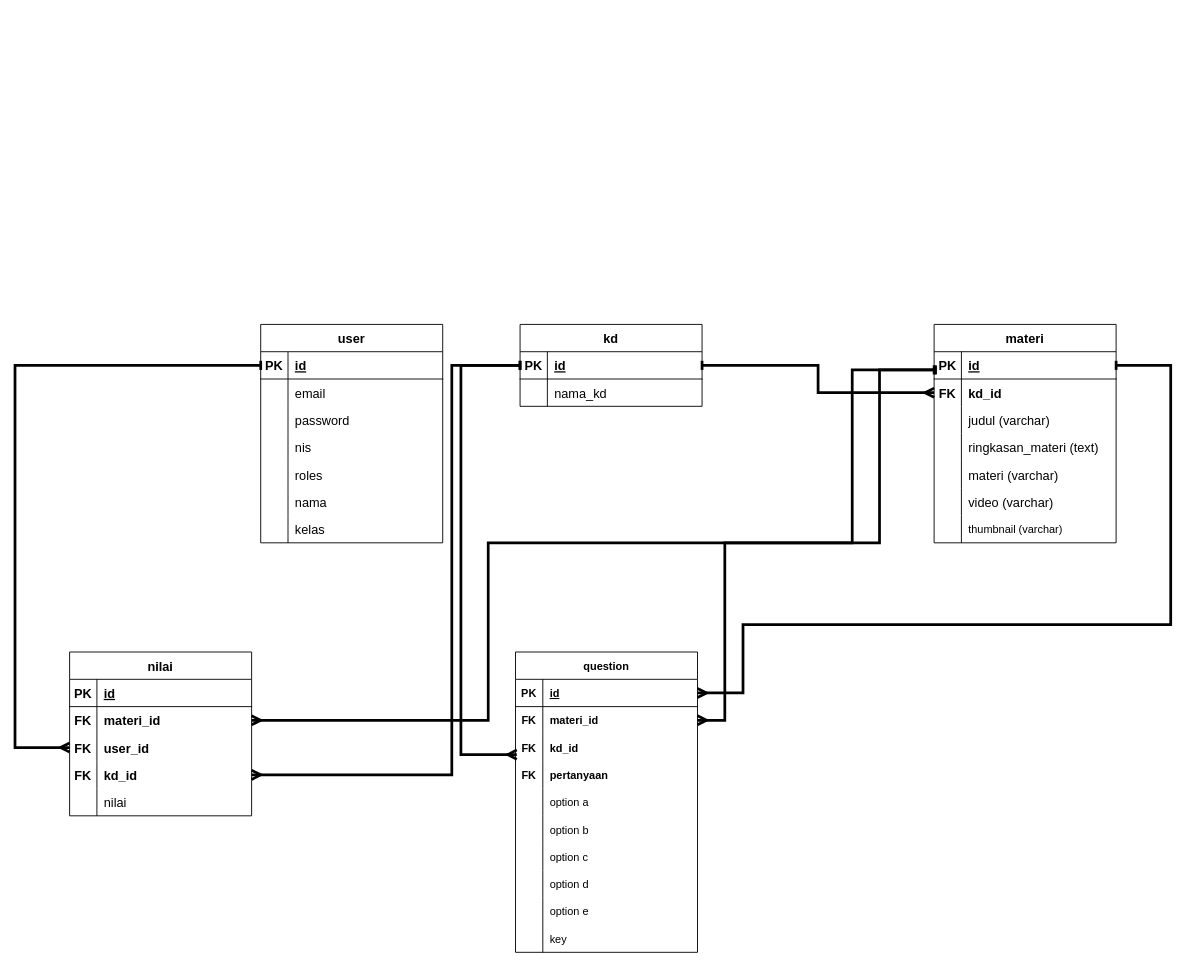
The draw.io diagram Untitled Diagram.drawio in muhaziz28/Muhaziz28, before the edit. Source tidied: cells renumbered, new cells numbered last; positions are measured from the earlier drawing's top-left corner, leaving out a move shared by most shapes. Both pictures are drawn from the tidied source at 91%, with x=0, y=0 at pixel (15, 324).
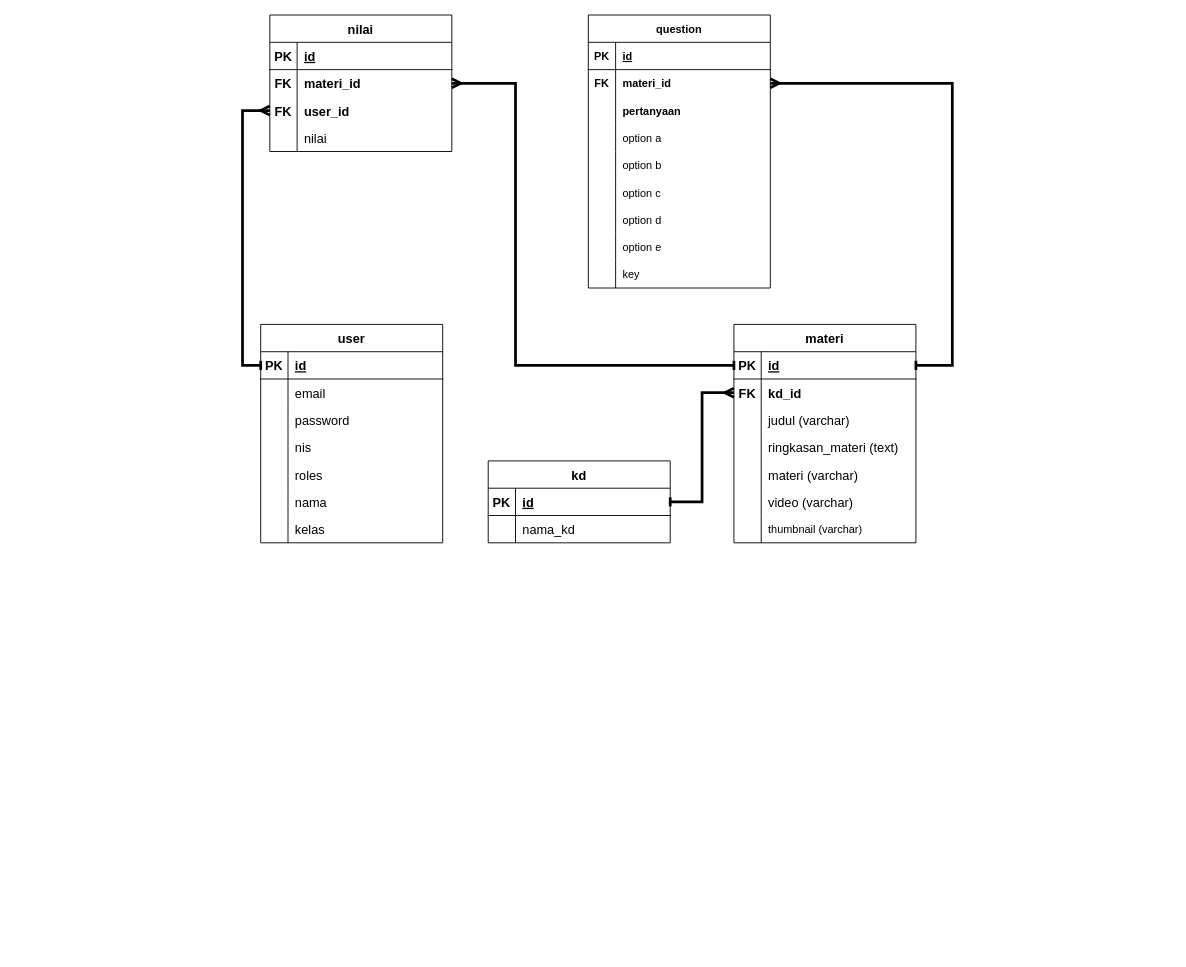
Above is the later version.

Unchanged cells that the change refers to:
```xml
<mxCell id="3" style="shape=partialRectangle;fillColor=none;top=0;left=0;bottom=1;right=0;points=[[0,0.5],[1,0.5]];portConstraint=eastwest;fontSize=14;" parent="2" vertex="1">
  <mxGeometry y="30" width="200" height="30" as="geometry" />
</mxCell>
<mxCell id="25" style="shape=partialRectangle;fillColor=none;top=0;left=0;bottom=1;right=0;points=[[0,0.5],[1,0.5]];portConstraint=eastwest;fontSize=14;" parent="24" vertex="1">
  <mxGeometry y="30" width="200" height="30" as="geometry" />
</mxCell>
<mxCell id="32" style="shape=partialRectangle;fillColor=none;top=0;left=0;bottom=1;right=0;points=[[0,0.5],[1,0.5]];portConstraint=eastwest;fontSize=14;" parent="31" vertex="1">
  <mxGeometry y="30" width="200" height="30" as="geometry" />
</mxCell>
<mxCell id="57" style="shape=partialRectangle;fillColor=none;top=0;left=0;bottom=0;right=0;points=[[0,0.5],[1,0.5]];portConstraint=eastwest;fontSize=14;" parent="53" vertex="1">
  <mxGeometry y="60" width="200" height="30" as="geometry" />
</mxCell>
<mxCell id="60" style="shape=partialRectangle;fillColor=none;top=0;left=0;bottom=0;right=0;points=[[0,0.5],[1,0.5]];portConstraint=eastwest;fontSize=14;" parent="53" vertex="1">
  <mxGeometry y="90" width="200" height="30" as="geometry" />
</mxCell>
<mxCell id="70" style="shape=tableRow;horizontal=0;startSize=0;swimlaneHead=0;swimlaneBody=0;fillColor=none;points=[[0,0.5],[1,0.5]];portConstraint=eastwest;top=0;left=0;right=0;bottom=1;" parent="69" vertex="1">
  <mxGeometry y="30" width="200" height="30" as="geometry" />
</mxCell>
<mxCell id="73" style="shape=tableRow;horizontal=0;startSize=0;swimlaneHead=0;swimlaneBody=0;fillColor=none;points=[[0,0.5],[1,0.5]];portConstraint=eastwest;top=0;left=0;right=0;bottom=0;" parent="69" vertex="1">
  <mxGeometry y="60" width="200" height="30" as="geometry" />
</mxCell>
```

Change to the diagram source:
```diff
@@
     <mxCell id="24" value="kd" style="shape=table;startSize=30;childLayout=tableLayout;rowLines=0;fontStyle=1;align=center;fontSize=14;" parent="1" vertex="1">
-      <mxGeometry x="555" width="200" height="90" as="geometry" />
+      <mxGeometry x="520" y="150" width="200" height="90" as="geometry" />
     </mxCell>
@@
     <mxCell id="31" value="materi" style="shape=table;startSize=30;childLayout=tableLayout;rowLines=0;fontStyle=1;align=center;fontSize=14;" parent="1" vertex="1">
-      <mxGeometry x="1010" width="200" height="240" as="geometry" />
+      <mxGeometry x="790" width="200" height="240" as="geometry" />
     </mxCell>
@@
     <mxCell id="53" value="nilai" style="shape=table;startSize=30;childLayout=tableLayout;rowLines=0;fontStyle=1;align=center;fontSize=14;" parent="1" vertex="1">
-      <mxGeometry x="60" y="360" width="200" height="180" as="geometry" />
+      <mxGeometry x="280" y="-340" width="200" height="150" as="geometry" />
     </mxCell>
@@
-    <mxCell id="63" style="shape=partialRectangle;fillColor=none;top=0;left=0;bottom=0;right=0;points=[[0,0.5],[1,0.5]];portConstraint=eastwest;fontSize=14;" parent="53" vertex="1">
-      <mxGeometry y="120" width="200" height="30" as="geometry" />
-    </mxCell>
-    <mxCell id="64" value="FK" style="shape=partialRectangle;fillColor=none;top=0;left=0;bottom=0;right=0;overflow=hidden;fontStyle=1;fontSize=14;" parent="63" vertex="1">
-      <mxGeometry width="30" height="30" as="geometry" />
-    </mxCell>
-    <mxCell id="65" value="kd_id" style="shape=partialRectangle;fillColor=none;top=0;left=0;bottom=0;right=0;align=left;spacingLeft=6;overflow=hidden;fontStyle=1;fontSize=14;" parent="63" vertex="1">
-      <mxGeometry x="30" width="170" height="30" as="geometry" />
-    </mxCell>
     <mxCell id="66" style="shape=partialRectangle;fillColor=none;top=0;left=0;bottom=0;right=0;fontSize=14;" parent="53" vertex="1">
-      <mxGeometry y="150" width="200" height="30" as="geometry" />
+      <mxGeometry y="120" width="200" height="30" as="geometry" />
     </mxCell>
@@
     <mxCell id="69" value="question" style="shape=table;startSize=30;childLayout=tableLayout;rowLines=0;fontStyle=1;align=center;" parent="1" vertex="1">
-      <mxGeometry x="550" y="360" width="200" height="330" as="geometry" />
+      <mxGeometry x="630" y="-340" width="200" height="300" as="geometry" />
     </mxCell>
@@
-    <mxCell id="76" style="shape=tableRow;horizontal=0;startSize=0;swimlaneHead=0;swimlaneBody=0;fillColor=none;points=[[0,0.5],[1,0.5]];portConstraint=eastwest;top=0;left=0;right=0;bottom=0;fontStyle=1;" parent="69" vertex="1">
-      <mxGeometry y="90" width="200" height="30" as="geometry" />
-    </mxCell>
-    <mxCell id="77" value="FK" style="shape=partialRectangle;fillColor=none;top=0;left=0;bottom=0;right=0;overflow=hidden;fontStyle=1;" parent="76" vertex="1">
-      <mxGeometry width="30" height="30" as="geometry" />
-    </mxCell>
-    <mxCell id="78" value="kd_id" style="shape=partialRectangle;fillColor=none;top=0;left=0;bottom=0;right=0;align=left;spacingLeft=6;overflow=hidden;fontStyle=1;" parent="76" vertex="1">
-      <mxGeometry x="30" width="170" height="30" as="geometry" />
-    </mxCell>
     <mxCell id="79" style="shape=tableRow;horizontal=0;startSize=0;swimlaneHead=0;swimlaneBody=0;fillColor=none;top=0;left=0;right=0;bottom=0;fontStyle=0;" parent="69" vertex="1">
-      <mxGeometry y="120" width="200" height="30" as="geometry" />
+      <mxGeometry y="90" width="200" height="30" as="geometry" />
     </mxCell>
-    <mxCell id="80" value="FK" style="shape=partialRectangle;fillColor=none;top=0;left=0;bottom=0;right=0;fontStyle=1;overflow=hidden;" parent="79" vertex="1">
+    <mxCell id="80" style="shape=partialRectangle;fillColor=none;top=0;left=0;bottom=0;right=0;fontStyle=1;overflow=hidden;" parent="79" vertex="1">
       <mxGeometry width="30" height="30" as="geometry" />
     </mxCell>
@@
     <mxCell id="82" style="shape=tableRow;horizontal=0;startSize=0;swimlaneHead=0;swimlaneBody=0;fillColor=none;top=0;left=0;right=0;bottom=0;" parent="69" vertex="1">
-      <mxGeometry y="150" width="200" height="30" as="geometry" />
+      <mxGeometry y="120" width="200" height="30" as="geometry" />
     </mxCell>
@@
     <mxCell id="85" style="shape=tableRow;horizontal=0;startSize=0;swimlaneHead=0;swimlaneBody=0;fillColor=none;top=0;left=0;right=0;bottom=0;" parent="69" vertex="1">
-      <mxGeometry y="180" width="200" height="30" as="geometry" />
+      <mxGeometry y="150" width="200" height="30" as="geometry" />
     </mxCell>
@@
     <mxCell id="88" style="shape=tableRow;horizontal=0;startSize=0;swimlaneHead=0;swimlaneBody=0;fillColor=none;top=0;left=0;right=0;bottom=0;" parent="69" vertex="1">
-      <mxGeometry y="210" width="200" height="30" as="geometry" />
+      <mxGeometry y="180" width="200" height="30" as="geometry" />
     </mxCell>
@@
     <mxCell id="91" style="shape=tableRow;horizontal=0;startSize=0;swimlaneHead=0;swimlaneBody=0;fillColor=none;top=0;left=0;right=0;bottom=0;" parent="69" vertex="1">
-      <mxGeometry y="240" width="200" height="30" as="geometry" />
+      <mxGeometry y="210" width="200" height="30" as="geometry" />
     </mxCell>
@@
     <mxCell id="94" style="shape=tableRow;horizontal=0;startSize=0;swimlaneHead=0;swimlaneBody=0;fillColor=none;top=0;left=0;right=0;bottom=0;" parent="69" vertex="1">
-      <mxGeometry y="270" width="200" height="30" as="geometry" />
+      <mxGeometry y="240" width="200" height="30" as="geometry" />
     </mxCell>
@@
     <mxCell id="97" style="shape=tableRow;horizontal=0;startSize=0;swimlaneHead=0;swimlaneBody=0;fillColor=none;top=0;left=0;right=0;bottom=0;" parent="69" vertex="1">
-      <mxGeometry y="300" width="200" height="30" as="geometry" />
+      <mxGeometry y="270" width="200" height="30" as="geometry" />
     </mxCell>
@@
-    <mxCell id="101" style="edgeStyle=orthogonalEdgeStyle;fontSize=12;html=1;endArrow=ERmany;startArrow=baseDash;rounded=0;strokeWidth=3;endFill=0;startFill=0;exitX=1;exitY=0.5;exitDx=0;exitDy=0;entryX=1;entryY=0.5;entryDx=0;entryDy=0;" parent="1" edge="1" source="32" target="70">
+    <mxCell id="101" style="edgeStyle=orthogonalEdgeStyle;fontSize=12;html=1;endArrow=ERmany;startArrow=baseDash;rounded=0;strokeWidth=3;endFill=0;startFill=0;exitX=1;exitY=0.5;exitDx=0;exitDy=0;entryX=1;entryY=0.5;entryDx=0;entryDy=0;" parent="1" edge="1" source="32" target="73">
       <mxGeometry relative="1" as="geometry">
         <Array as="points">
-          <mxPoint x="1270" y="45" />
-          <mxPoint x="1270" y="330" />
-          <mxPoint x="800" y="330" />
-          <mxPoint x="800" y="405" />
+          <mxPoint x="1030" y="45" />
+          <mxPoint x="1030" y="-265" />
         </Array>
       </mxGeometry>
     </mxCell>
-    <mxCell id="102" style="edgeStyle=orthogonalEdgeStyle;fontSize=12;html=1;endArrow=ERmany;startArrow=baseDash;rounded=0;strokeWidth=3;endFill=0;startFill=0;exitX=0.008;exitY=0.667;exitDx=0;exitDy=0;exitPerimeter=0;entryX=1;entryY=0.5;entryDx=0;entryDy=0;" parent="1" edge="1" source="32" target="73">
-      <mxGeometry relative="1" as="geometry">
-        <Array as="points">
-          <mxPoint x="920" y="50" />
-          <mxPoint x="920" y="240" />
-          <mxPoint x="780" y="240" />
-          <mxPoint x="780" y="435" />
-        </Array>
-      </mxGeometry>
-    </mxCell>
     <mxCell id="103" style="edgeStyle=orthogonalEdgeStyle;fontSize=12;html=1;endArrow=ERmany;startArrow=baseDash;rounded=0;strokeWidth=3;endFill=0;startFill=0;exitX=0;exitY=0.5;exitDx=0;exitDy=0;entryX=0;entryY=0.5;entryDx=0;entryDy=0;" parent="1" edge="1" source="3" target="60">
       <mxGeometry relative="1" as="geometry">
         <Array as="points">
-          <mxPoint y="45" />
-          <mxPoint y="465" />
+          <mxPoint x="250" y="45" />
+          <mxPoint x="250" y="-235" />
         </Array>
       </mxGeometry>
     </mxCell>
-    <mxCell id="104" style="edgeStyle=orthogonalEdgeStyle;fontSize=12;html=1;endArrow=ERmany;startArrow=baseDash;rounded=0;strokeWidth=3;endFill=0;startFill=0;entryX=1;entryY=0.5;entryDx=0;entryDy=0;" parent="1" edge="1" target="57">
+    <mxCell id="104" style="edgeStyle=orthogonalEdgeStyle;fontSize=12;html=1;endArrow=ERmany;startArrow=baseDash;rounded=0;strokeWidth=3;endFill=0;startFill=0;entryX=1;entryY=0.5;entryDx=0;entryDy=0;exitX=0;exitY=0.5;exitDx=0;exitDy=0;" parent="1" edge="1" source="32" target="57">
       <mxGeometry relative="1" as="geometry">
-        <mxPoint x="1010" y="50" as="sourcePoint" />
         <Array as="points">
-          <mxPoint x="950" y="50" />
-          <mxPoint x="950" y="240" />
-          <mxPoint x="520" y="240" />
-          <mxPoint x="520" y="435" />
+          <mxPoint x="550" y="45" />
+          <mxPoint x="550" y="-265" />
         </Array>
       </mxGeometry>
     </mxCell>
-    <mxCell id="105" style="edgeStyle=orthogonalEdgeStyle;fontSize=12;html=1;endArrow=ERmany;startArrow=baseDash;rounded=0;strokeWidth=3;endFill=0;startFill=0;entryX=1;entryY=0.5;entryDx=0;entryDy=0;exitX=0;exitY=0.5;exitDx=0;exitDy=0;" parent="1" edge="1" source="25" target="63">
-      <mxGeometry relative="1" as="geometry">
-        <Array as="points">
-          <mxPoint x="480" y="45" />
-          <mxPoint x="480" y="495" />
-        </Array>
-      </mxGeometry>
-    </mxCell>
-    <mxCell id="106" style="edgeStyle=orthogonalEdgeStyle;fontSize=12;html=1;endArrow=ERmany;startArrow=baseDash;rounded=0;strokeWidth=3;endFill=0;startFill=0;entryX=0.007;entryY=0.759;entryDx=0;entryDy=0;entryPerimeter=0;exitX=0;exitY=0.5;exitDx=0;exitDy=0;" parent="1" edge="1" source="25" target="76">
-      <mxGeometry relative="1" as="geometry">
-        <Array as="points">
-          <mxPoint x="490" y="45" />
-          <mxPoint x="490" y="473" />
-        </Array>
-      </mxGeometry>
-    </mxCell>
```
